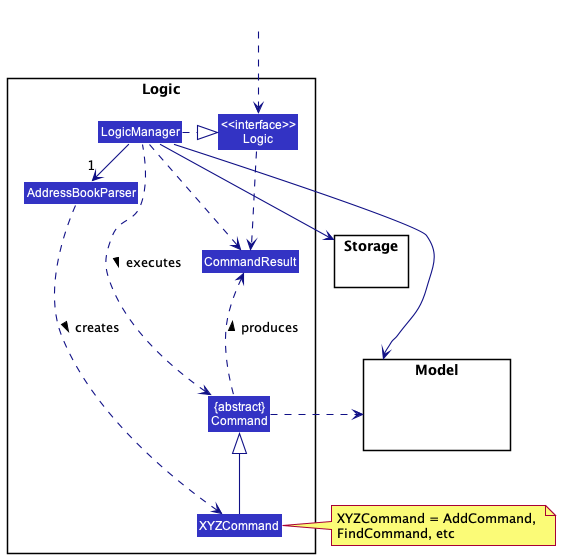
This is docs/images/LogicClassDiagram.png from nus-cs2103-AY2223S2/tp, a PlantUML export, as it was before one commit.
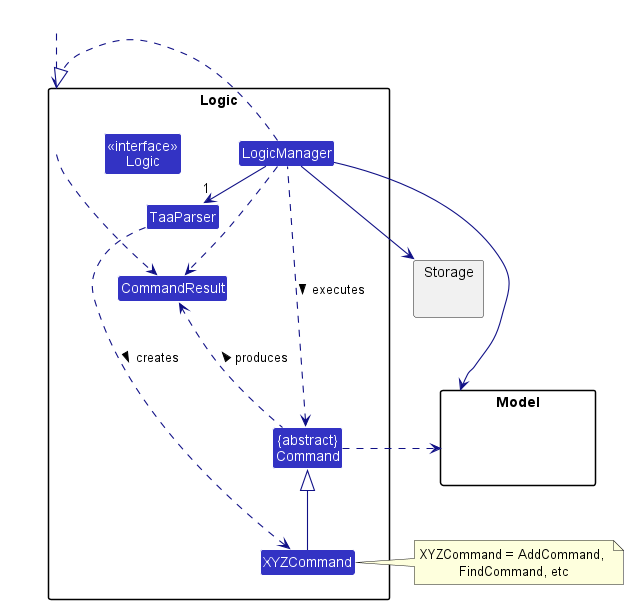
Above is the later version.

The edit, as a diff of the source:
```diff
@@ -6,7 +6,7 @@
 
 package Logic {
 
-Class AddressBookParser
+Class TaaParser
 Class XYZCommand
 Class CommandResult
 Class "{abstract}\nCommand" as Command
@@ -27,8 +27,8 @@
 HiddenOutside ..> Logic
 
 LogicManager .right.|> Logic
-LogicManager -right->"1" AddressBookParser
-AddressBookParser ..> XYZCommand : creates >
+LogicManager -right->"1" TaaParser
+TaaParser ..> XYZCommand : creates >
 
 XYZCommand -up-|> Command
 LogicManager .left.> Command : executes >
```
